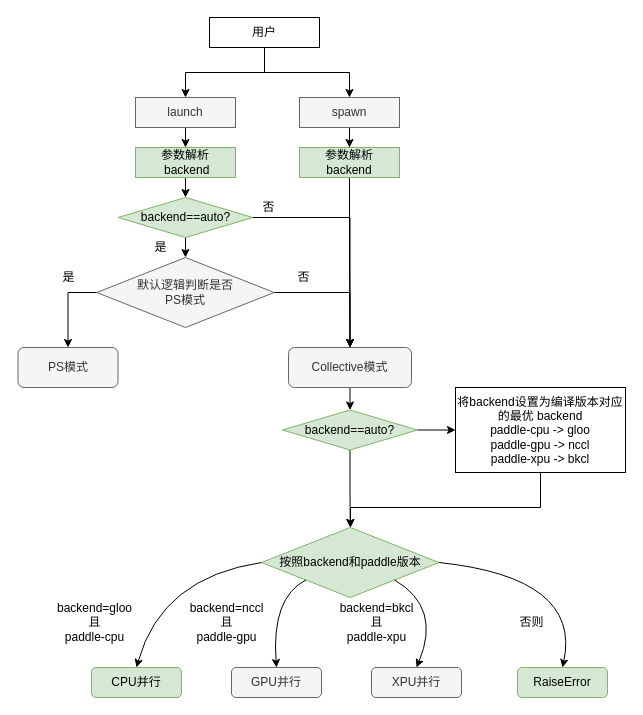
Earlier version of the draw.io diagram GLOO.drawio (2742195759/drawio). Source tidied: cells renumbered, new cells numbered last; positions are measured from the earlier drawing's top-left corner, leaving out a move shared by most shapes. Both pictures are drawn from the tidied source at 100%, with x=0, y=0 at pixel (17, 17).
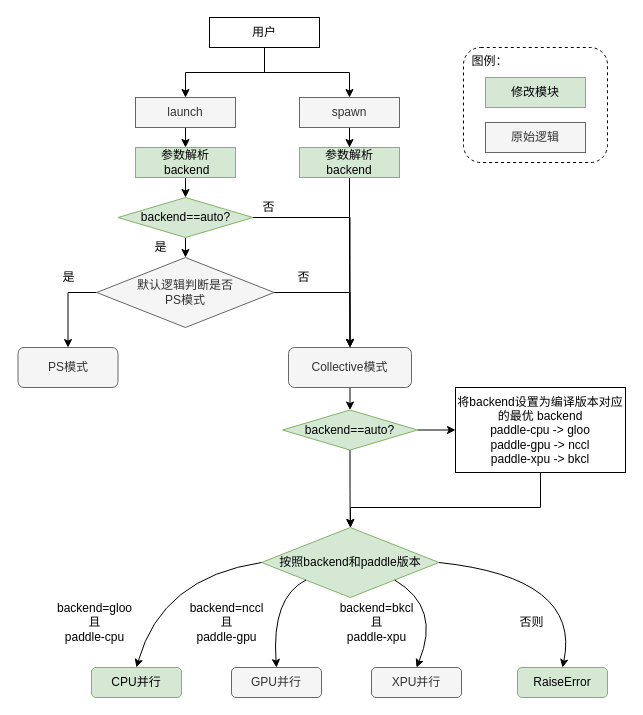
After the change.

Diff of the diagram source:
```diff
@@
+    <mxCell id="46" style="rounded=1;whiteSpace=wrap;html=1;dashed=1;" parent="1" vertex="1">
+      <mxGeometry x="446" y="30" width="144" height="115" as="geometry" />
+    </mxCell>
+    <mxCell id="47" value="修改模块" style="rounded=0;whiteSpace=wrap;html=1;fillColor=#d5e8d4;strokeColor=#82b366;" parent="1" vertex="1">
+      <mxGeometry x="468" y="60" width="100" height="30" as="geometry" />
+    </mxCell>
+    <mxCell id="48" value="原始逻辑" style="rounded=0;whiteSpace=wrap;html=1;fillColor=#f5f5f5;fontColor=#333333;strokeColor=#666666;" parent="1" vertex="1">
+      <mxGeometry x="468" y="105" width="100" height="30" as="geometry" />
+    </mxCell>
+    <mxCell id="49" value="图例：" style="text;html=1;align=center;verticalAlign=middle;fillColor=none;strokeColor=none;rounded=0;dashed=1;" parent="1" vertex="1">
+      <mxGeometry x="447" y="34" width="50" height="20" as="geometry" />
+    </mxCell>
```
